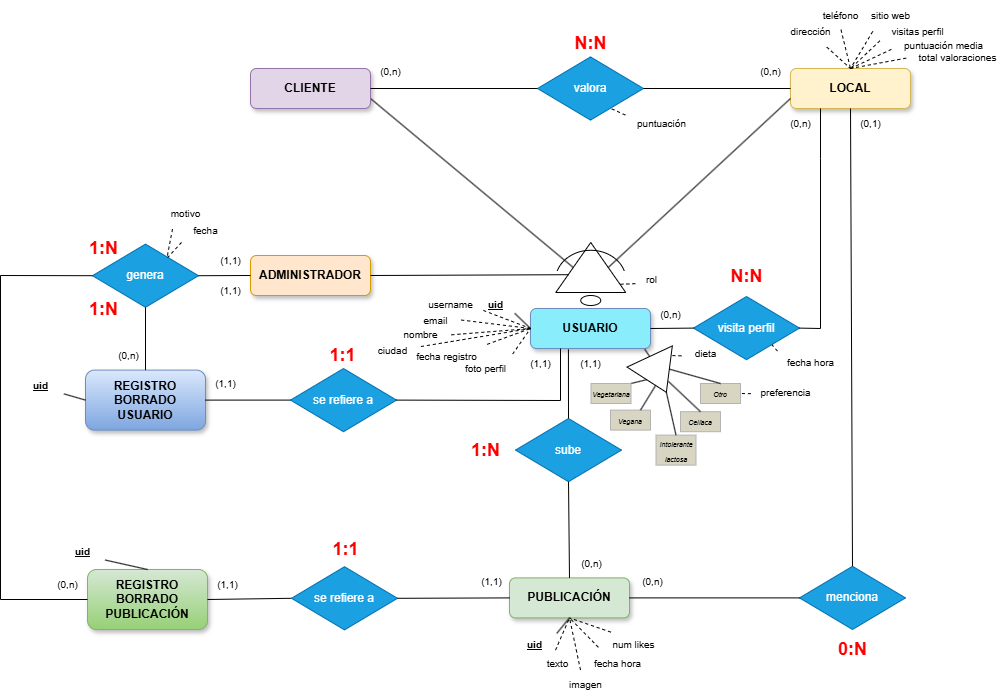
Above: diagramas/foodTracks_diagrama_ER.png in robertskrr/FoodTracks-App (draw.io), before the change. Source tidied: cells renumbered, new cells last; positions are measured from the earlier drawing's top-left corner, leaving out a move shared by most shapes.
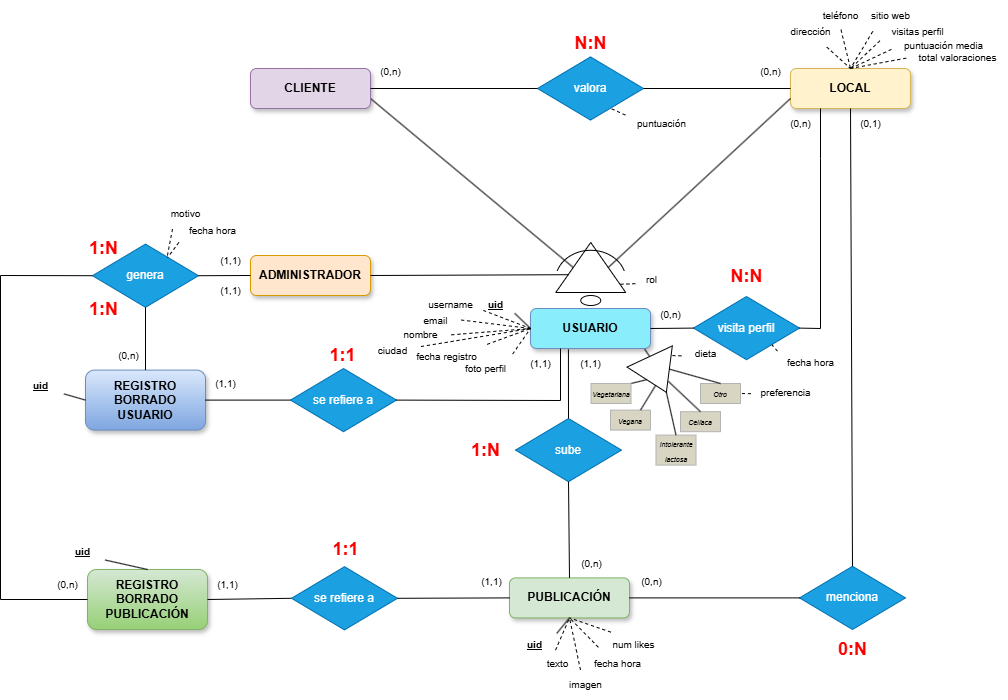
After the commit.

Commit message:
Little update in ER diagram

Change to the diagram source:
```diff
@@ -213,8 +213,8 @@
     <mxCell id="68" value="&lt;span style=&quot;font-size: 10px;&quot;&gt;motivo&lt;/span&gt;" style="text;html=1;align=center;verticalAlign=middle;points=[];strokeColor=none;fillColor=none;fontStyle=0;" parent="1" vertex="1">
       <mxGeometry x="160" y="198" width="50" height="30" as="geometry" />
     </mxCell>
-    <mxCell id="69" value="&lt;span style=&quot;font-size: 10px;&quot;&gt;fecha&lt;/span&gt;" style="text;html=1;align=center;verticalAlign=middle;points=[];strokeColor=none;fillColor=none;fontStyle=0;" parent="1" vertex="1">
-      <mxGeometry x="180" y="215" width="50" height="30" as="geometry" />
+    <mxCell id="69" value="&lt;span style=&quot;font-size: 10px;&quot;&gt;fecha hora&lt;/span&gt;" style="text;html=1;align=center;verticalAlign=middle;points=[];strokeColor=none;fillColor=none;fontStyle=0;" parent="1" vertex="1">
+      <mxGeometry x="177" y="215" width="70" height="30" as="geometry" />
     </mxCell>
     <mxCell id="70" style="endArrow=none;dashed=1;html=1;rounded=0;exitX=0.7;exitY=0.822;exitDx=0;exitDy=0;exitPerimeter=0;entryX=-0.002;entryY=0.226;entryDx=0;entryDy=0;entryPerimeter=0;" parent="1" edge="1" source="2" target="71">
       <mxGeometry relative="1" as="geometry" />
```
